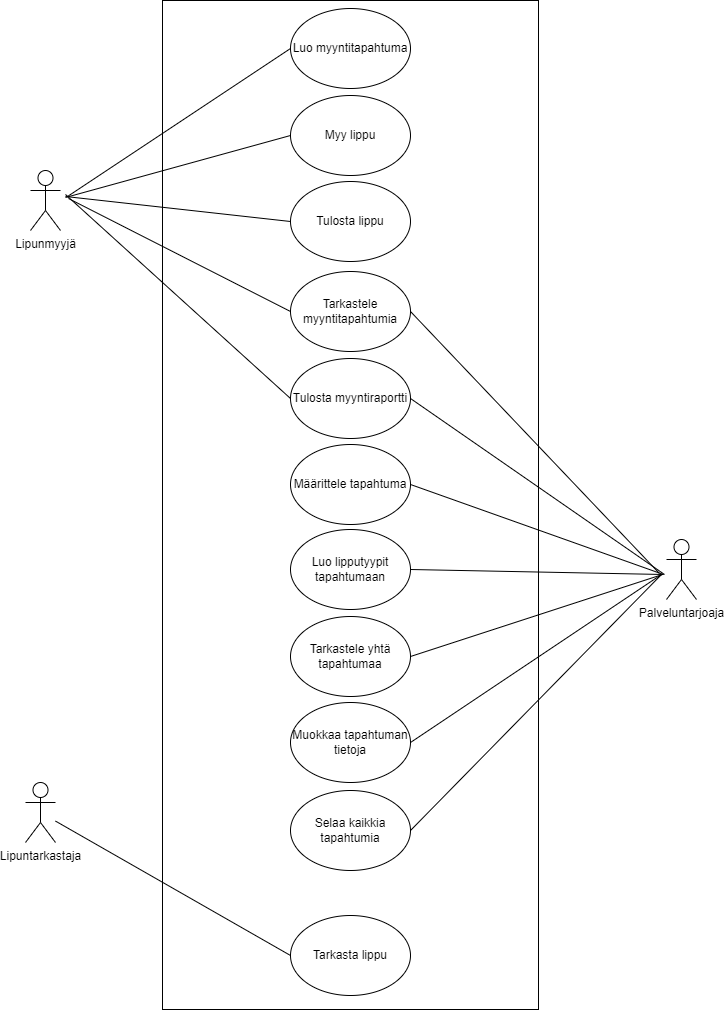
Earlier version of the draw.io export pictures/ticketguru_usecase_final.png (goluart/Projekti). Source tidied: cells renumbered, new cells last; positions are measured from the earlier drawing's top-left corner, leaving out a move shared by most shapes. The source it was exported from:
```xml
<mxGraphModel background="#FFFFFF">
  <root>
    <mxCell id="0" />
    <mxCell id="1" parent="0" />
    <mxCell id="2" style="rounded=0;whiteSpace=wrap;html=1;" parent="1" vertex="1">
      <mxGeometry x="137" width="376" height="1009" as="geometry" />
    </mxCell>
    <mxCell id="3" value="Lipunmyyjä&lt;br&gt;" style="shape=umlActor;verticalLabelPosition=bottom;verticalAlign=top;html=1;" parent="1" vertex="1">
      <mxGeometry x="5" y="170" width="30" height="60" as="geometry" />
    </mxCell>
    <mxCell id="4" value="Palveluntarjoaja" style="shape=umlActor;verticalLabelPosition=bottom;verticalAlign=top;html=1;" parent="1" vertex="1">
      <mxGeometry x="641" y="539" width="30" height="60" as="geometry" />
    </mxCell>
    <mxCell id="5" value="Lipuntarkastaja" style="shape=umlActor;verticalLabelPosition=bottom;verticalAlign=top;html=1;outlineConnect=0;" parent="1" vertex="1">
      <mxGeometry y="782" width="30" height="60" as="geometry" />
    </mxCell>
    <mxCell id="6" value="Myy lippu" style="ellipse;whiteSpace=wrap;html=1;" parent="1" vertex="1">
      <mxGeometry x="265" y="95" width="120" height="80" as="geometry" />
    </mxCell>
    <mxCell id="7" value="Tarkasta lippu" style="ellipse;whiteSpace=wrap;html=1;" parent="1" vertex="1">
      <mxGeometry x="265" y="915" width="120" height="80" as="geometry" />
    </mxCell>
    <mxCell id="8" value="Määrittele tapahtuma" style="ellipse;whiteSpace=wrap;html=1;" parent="1" vertex="1">
      <mxGeometry x="265" y="444" width="120" height="80" as="geometry" />
    </mxCell>
    <mxCell id="9" value="Muokkaa tapahtuman tietoja" style="ellipse;whiteSpace=wrap;html=1;" parent="1" vertex="1">
      <mxGeometry x="265" y="702" width="120" height="80" as="geometry" />
    </mxCell>
    <mxCell id="10" value="Luo lipputyypit tapahtumaan" style="ellipse;whiteSpace=wrap;html=1;" parent="1" vertex="1">
      <mxGeometry x="265" y="529" width="120" height="80" as="geometry" />
    </mxCell>
    <mxCell id="11" value="Luo myyntitapahtuma" style="ellipse;whiteSpace=wrap;html=1;" parent="1" vertex="1">
      <mxGeometry x="265" y="8" width="120" height="80" as="geometry" />
    </mxCell>
    <mxCell id="12" value="Tulosta lippu" style="ellipse;whiteSpace=wrap;html=1;" parent="1" vertex="1">
      <mxGeometry x="265" y="181" width="120" height="80" as="geometry" />
    </mxCell>
    <mxCell id="13" value="Tulosta myyntiraportti" style="ellipse;whiteSpace=wrap;html=1;" parent="1" vertex="1">
      <mxGeometry x="265" y="358" width="120" height="80" as="geometry" />
    </mxCell>
    <mxCell id="14" value="Selaa kaikkia tapahtumia" style="ellipse;whiteSpace=wrap;html=1;" parent="1" vertex="1">
      <mxGeometry x="265" y="790" width="120" height="80" as="geometry" />
    </mxCell>
    <mxCell id="15" value="Tarkastele yhtä tapahtumaa" style="ellipse;whiteSpace=wrap;html=1;" parent="1" vertex="1">
      <mxGeometry x="265" y="616" width="120" height="80" as="geometry" />
    </mxCell>
    <mxCell id="16" style="endArrow=none;html=1;rounded=0;entryX=0;entryY=0.5;entryDx=0;entryDy=0;" parent="1" edge="1" source="5" target="7">
      <mxGeometry relative="1" as="geometry" />
    </mxCell>
    <mxCell id="17" style="endArrow=none;html=1;rounded=0;entryX=0;entryY=0.5;entryDx=0;entryDy=0;" parent="1" edge="1" target="11">
      <mxGeometry relative="1" as="geometry">
        <mxPoint x="42" y="196" as="sourcePoint" />
      </mxGeometry>
    </mxCell>
    <mxCell id="18" style="endArrow=none;html=1;rounded=0;entryX=0;entryY=0.5;entryDx=0;entryDy=0;" parent="1" edge="1" target="6">
      <mxGeometry relative="1" as="geometry">
        <mxPoint x="40" y="197" as="sourcePoint" />
      </mxGeometry>
    </mxCell>
    <mxCell id="19" style="endArrow=none;html=1;rounded=0;entryX=0;entryY=0.5;entryDx=0;entryDy=0;" parent="1" edge="1" target="12">
      <mxGeometry relative="1" as="geometry">
        <mxPoint x="40" y="196" as="sourcePoint" />
      </mxGeometry>
    </mxCell>
    <mxCell id="20" style="endArrow=none;html=1;rounded=0;entryX=0;entryY=0.5;entryDx=0;entryDy=0;" parent="1" edge="1" target="13">
      <mxGeometry relative="1" as="geometry">
        <mxPoint x="40" y="194" as="sourcePoint" />
      </mxGeometry>
    </mxCell>
    <mxCell id="21" style="endArrow=none;html=1;rounded=0;exitX=1;exitY=0.5;exitDx=0;exitDy=0;" parent="1" edge="1" source="13">
      <mxGeometry relative="1" as="geometry">
        <mxPoint x="639" y="574" as="targetPoint" />
      </mxGeometry>
    </mxCell>
    <mxCell id="22" style="endArrow=none;html=1;rounded=0;exitX=1;exitY=0.5;exitDx=0;exitDy=0;" parent="1" edge="1" source="8">
      <mxGeometry relative="1" as="geometry">
        <mxPoint x="638" y="574" as="targetPoint" />
      </mxGeometry>
    </mxCell>
    <mxCell id="23" style="endArrow=none;html=1;rounded=0;exitX=1;exitY=0.5;exitDx=0;exitDy=0;" parent="1" edge="1" source="10">
      <mxGeometry relative="1" as="geometry">
        <mxPoint x="638" y="574" as="targetPoint" />
      </mxGeometry>
    </mxCell>
    <mxCell id="24" style="endArrow=none;html=1;rounded=0;exitX=1;exitY=0.5;exitDx=0;exitDy=0;" parent="1" edge="1" source="15">
      <mxGeometry relative="1" as="geometry">
        <mxPoint x="637" y="574" as="targetPoint" />
      </mxGeometry>
    </mxCell>
    <mxCell id="25" style="endArrow=none;html=1;rounded=0;exitX=1;exitY=0.5;exitDx=0;exitDy=0;" parent="1" edge="1" source="9">
      <mxGeometry relative="1" as="geometry">
        <mxPoint x="636" y="574" as="targetPoint" />
      </mxGeometry>
    </mxCell>
    <mxCell id="26" style="endArrow=none;html=1;rounded=0;exitX=1;exitY=0.5;exitDx=0;exitDy=0;" parent="1" edge="1" source="14">
      <mxGeometry relative="1" as="geometry">
        <mxPoint x="636" y="574" as="targetPoint" />
      </mxGeometry>
    </mxCell>
    <mxCell id="27" value="Tarkastele myyntitapahtumia" style="ellipse;whiteSpace=wrap;html=1;" parent="1" vertex="1">
      <mxGeometry x="265" y="271" width="120" height="80" as="geometry" />
    </mxCell>
    <mxCell id="28" style="endArrow=none;html=1;rounded=0;exitX=1;exitY=0.5;exitDx=0;exitDy=0;" parent="1" edge="1" source="27">
      <mxGeometry relative="1" as="geometry">
        <mxPoint x="634" y="573" as="targetPoint" />
      </mxGeometry>
    </mxCell>
    <mxCell id="29" style="endArrow=none;html=1;rounded=0;entryX=0;entryY=0.5;entryDx=0;entryDy=0;" parent="1" edge="1" target="27">
      <mxGeometry relative="1" as="geometry">
        <mxPoint x="43" y="198" as="sourcePoint" />
      </mxGeometry>
    </mxCell>
  </root>
</mxGraphModel>
```
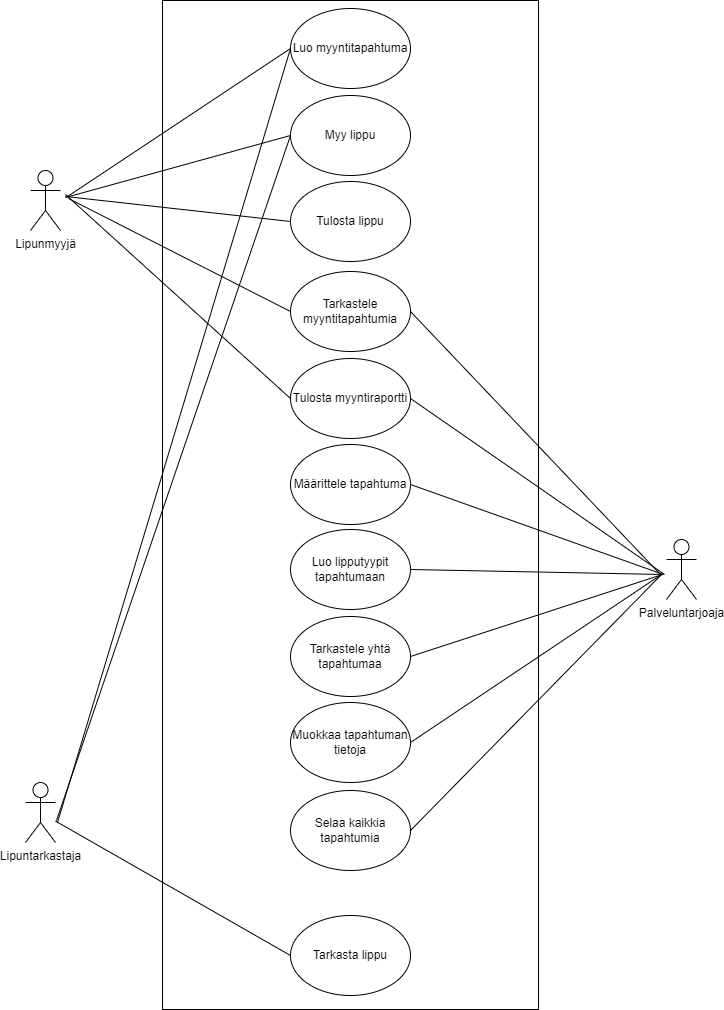
After the commit.

Commit message:
Use-case-malli päivitetty

Change to the diagram source:
```diff
@@ -110,5 +110,15 @@
         <mxPoint x="43" y="198" as="sourcePoint" />
       </mxGeometry>
     </mxCell>
+    <mxCell id="30" style="endArrow=none;html=1;rounded=0;entryX=0;entryY=0.5;entryDx=0;entryDy=0;" parent="1" edge="1" target="6">
+      <mxGeometry relative="1" as="geometry">
+        <mxPoint x="31" y="820" as="sourcePoint" />
+      </mxGeometry>
+    </mxCell>
+    <mxCell id="31" style="endArrow=none;html=1;rounded=0;entryX=0;entryY=0.5;entryDx=0;entryDy=0;" parent="1" edge="1" target="11">
+      <mxGeometry relative="1" as="geometry">
+        <mxPoint x="32" y="822" as="sourcePoint" />
+      </mxGeometry>
+    </mxCell>
   </root>
 </mxGraphModel>
```
